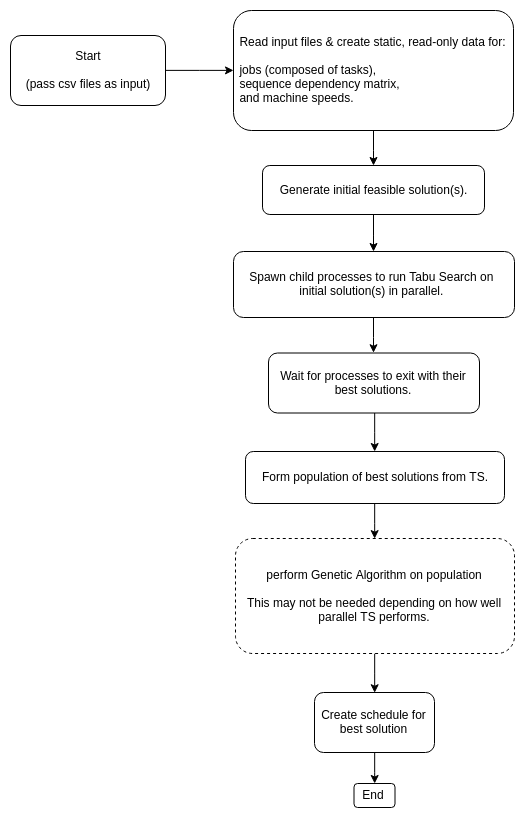
Earlier version of the draw.io export diagrams/Flow_Diagram.png (mcfadd/Job_Shop_Schedule_Problem). Source tidied: cells renumbered, new cells last; positions are measured from the earlier drawing's top-left corner, leaving out a move shared by most shapes. The source it was exported from:
```xml
<mxGraphModel background="#ffffff">
  <root>
    <mxCell id="0" />
    <mxCell id="1" parent="0" />
    <mxCell id="2" style="edgeStyle=orthogonalEdgeStyle;rounded=0;jettySize=auto;html=1;" parent="1" edge="1" source="3" target="5">
      <mxGeometry relative="1" as="geometry" />
    </mxCell>
    <mxCell id="3" value="Start&lt;br&gt;&lt;br&gt;(pass csv files as input)&lt;br&gt;" style="rounded=1;whiteSpace=wrap;html=1;" parent="1" vertex="1">
      <mxGeometry y="25" width="155" height="70" as="geometry" />
    </mxCell>
    <mxCell id="4" style="edgeStyle=orthogonalEdgeStyle;rounded=0;jettySize=auto;html=1;" parent="1" edge="1" source="5" target="7">
      <mxGeometry relative="1" as="geometry" />
    </mxCell>
    <mxCell id="5" value="&lt;div style=&quot;text-align: center&quot;&gt;&lt;span&gt;Read input files &amp;amp;&amp;nbsp;&lt;/span&gt;&lt;span style=&quot;text-align: left&quot;&gt;create static, read-only data for:&lt;/span&gt;&lt;/div&gt;&lt;div style=&quot;text-align: left&quot;&gt;&lt;span&gt;&lt;br&gt;&lt;/span&gt;&lt;/div&gt;&lt;div style=&quot;text-align: left&quot;&gt;&lt;span&gt;jobs (composed of tasks),&lt;/span&gt;&lt;/div&gt;&lt;div style=&quot;text-align: left&quot;&gt;&lt;span&gt;sequence dependency matrix,&lt;/span&gt;&lt;/div&gt;&lt;div style=&quot;text-align: left&quot;&gt;&lt;span&gt;and machine speeds.&amp;nbsp;&lt;/span&gt;&lt;/div&gt;" style="rounded=1;whiteSpace=wrap;html=1;" parent="1" vertex="1">
      <mxGeometry x="223" width="280" height="120" as="geometry" />
    </mxCell>
    <mxCell id="6" style="edgeStyle=orthogonalEdgeStyle;rounded=0;jettySize=auto;html=1;" parent="1" edge="1" source="7" target="9">
      <mxGeometry relative="1" as="geometry" />
    </mxCell>
    <mxCell id="7" value="Generate initial feasible solution(s).&lt;br&gt;" style="rounded=1;whiteSpace=wrap;html=1;" parent="1" vertex="1">
      <mxGeometry x="252" y="155" width="222" height="49" as="geometry" />
    </mxCell>
    <mxCell id="8" style="edgeStyle=orthogonalEdgeStyle;rounded=0;jettySize=auto;html=1;endArrow=classic;endFill=1;entryX=0.5;entryY=0;entryDx=0;entryDy=0;" parent="1" edge="1" source="9" target="15">
      <mxGeometry relative="1" as="geometry" />
    </mxCell>
    <mxCell id="9" value="Spawn child processes to run Tabu Search on&amp;nbsp; initial solution(s) in parallel.&amp;nbsp;&lt;br&gt;" style="rounded=1;whiteSpace=wrap;html=1;" parent="1" vertex="1">
      <mxGeometry x="223" y="241" width="281" height="66" as="geometry" />
    </mxCell>
    <mxCell id="10" style="edgeStyle=orthogonalEdgeStyle;rounded=0;jettySize=auto;html=1;endArrow=classic;endFill=1;entryX=0.5;entryY=0;entryDx=0;entryDy=0;" parent="1" edge="1" source="11" target="13">
      <mxGeometry relative="1" as="geometry" />
    </mxCell>
    <mxCell id="11" value="Form population of best solutions from TS." style="rounded=1;whiteSpace=wrap;html=1;" parent="1" vertex="1">
      <mxGeometry x="235" y="441" width="259" height="52" as="geometry" />
    </mxCell>
    <mxCell id="12" style="edgeStyle=orthogonalEdgeStyle;rounded=0;jettySize=auto;html=1;endArrow=classic;endFill=1;entryX=0.5;entryY=0;entryDx=0;entryDy=0;" parent="1" edge="1" source="13" target="17">
      <mxGeometry relative="1" as="geometry" />
    </mxCell>
    <mxCell id="13" value="perform Genetic Algorithm on population&lt;br&gt;&lt;br&gt;This may not be needed depending on how well parallel TS performs.&lt;br&gt;" style="rounded=1;whiteSpace=wrap;html=1;gradientColor=none;fillColor=#ffffff;dashed=1;" parent="1" vertex="1">
      <mxGeometry x="225" y="528" width="279" height="115" as="geometry" />
    </mxCell>
    <mxCell id="14" style="edgeStyle=orthogonalEdgeStyle;rounded=0;jettySize=auto;html=1;" parent="1" edge="1" source="15" target="11">
      <mxGeometry relative="1" as="geometry" />
    </mxCell>
    <mxCell id="15" value="Wait for processes to exit with their best solutions." style="rounded=1;whiteSpace=wrap;html=1;" parent="1" vertex="1">
      <mxGeometry x="258" y="342.5" width="211" height="60" as="geometry" />
    </mxCell>
    <mxCell id="16" style="edgeStyle=orthogonalEdgeStyle;rounded=0;jettySize=auto;html=1;" parent="1" edge="1" source="17" target="18">
      <mxGeometry relative="1" as="geometry" />
    </mxCell>
    <mxCell id="17" value="&lt;span&gt;Create schedule for best solution&lt;/span&gt;" style="rounded=1;whiteSpace=wrap;html=1;" parent="1" vertex="1">
      <mxGeometry x="304" y="682" width="120" height="60" as="geometry" />
    </mxCell>
    <mxCell id="18" value="&lt;span&gt;End&lt;/span&gt;" style="rounded=1;whiteSpace=wrap;html=1;" parent="1" vertex="1">
      <mxGeometry x="343.5" y="773" width="41" height="24" as="geometry" />
    </mxCell>
  </root>
</mxGraphModel>
```
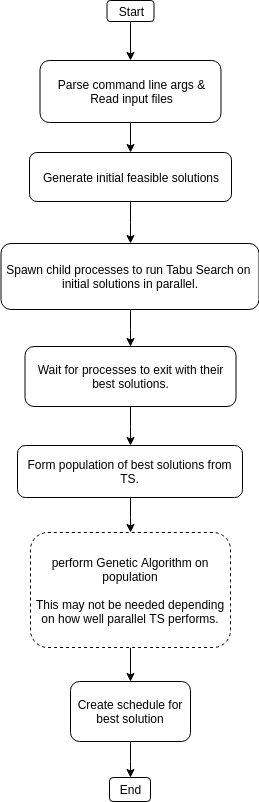
Above is the later version.

Commit message:
updated readme, made help message better, implemented generate_feasible_solution(), and made some other minor changes

The edit, as a diff of the source:
```diff
@@ -5,53 +5,53 @@
     <mxCell id="2" style="edgeStyle=orthogonalEdgeStyle;rounded=0;jettySize=auto;html=1;" parent="1" edge="1" source="3" target="5">
       <mxGeometry relative="1" as="geometry" />
     </mxCell>
-    <mxCell id="3" value="Start&lt;br&gt;&lt;br&gt;(pass csv files as input)&lt;br&gt;" style="rounded=1;whiteSpace=wrap;html=1;" parent="1" vertex="1">
-      <mxGeometry y="25" width="155" height="70" as="geometry" />
+    <mxCell id="3" value="Start" style="rounded=1;whiteSpace=wrap;html=1;" parent="1" vertex="1">
+      <mxGeometry x="340.5" y="145" width="47" height="21" as="geometry" />
     </mxCell>
     <mxCell id="4" style="edgeStyle=orthogonalEdgeStyle;rounded=0;jettySize=auto;html=1;" parent="1" edge="1" source="5" target="7">
       <mxGeometry relative="1" as="geometry" />
     </mxCell>
-    <mxCell id="5" value="&lt;div style=&quot;text-align: center&quot;&gt;&lt;span&gt;Read input files &amp;amp;&amp;nbsp;&lt;/span&gt;&lt;span style=&quot;text-align: left&quot;&gt;create static, read-only data for:&lt;/span&gt;&lt;/div&gt;&lt;div style=&quot;text-align: left&quot;&gt;&lt;span&gt;&lt;br&gt;&lt;/span&gt;&lt;/div&gt;&lt;div style=&quot;text-align: left&quot;&gt;&lt;span&gt;jobs (composed of tasks),&lt;/span&gt;&lt;/div&gt;&lt;div style=&quot;text-align: left&quot;&gt;&lt;span&gt;sequence dependency matrix,&lt;/span&gt;&lt;/div&gt;&lt;div style=&quot;text-align: left&quot;&gt;&lt;span&gt;and machine speeds.&amp;nbsp;&lt;/span&gt;&lt;/div&gt;" style="rounded=1;whiteSpace=wrap;html=1;" parent="1" vertex="1">
-      <mxGeometry x="223" width="280" height="120" as="geometry" />
+    <mxCell id="5" value="&lt;div style=&quot;text-align: center&quot;&gt;&lt;span&gt;Parse command line args &amp;amp;&lt;/span&gt;&lt;/div&gt;&lt;div style=&quot;text-align: center&quot;&gt;&lt;span&gt;Read input files&lt;/span&gt;&lt;/div&gt;" style="rounded=1;whiteSpace=wrap;html=1;" parent="1" vertex="1">
+      <mxGeometry x="273.5" y="205" width="181" height="62" as="geometry" />
     </mxCell>
     <mxCell id="6" style="edgeStyle=orthogonalEdgeStyle;rounded=0;jettySize=auto;html=1;" parent="1" edge="1" source="7" target="9">
       <mxGeometry relative="1" as="geometry" />
     </mxCell>
-    <mxCell id="7" value="Generate initial feasible solution(s).&lt;br&gt;" style="rounded=1;whiteSpace=wrap;html=1;" parent="1" vertex="1">
-      <mxGeometry x="252" y="155" width="222" height="49" as="geometry" />
+    <mxCell id="7" value="Generate initial feasible solutions&lt;br&gt;" style="rounded=1;whiteSpace=wrap;html=1;" parent="1" vertex="1">
+      <mxGeometry x="263" y="297" width="202" height="49" as="geometry" />
     </mxCell>
     <mxCell id="8" style="edgeStyle=orthogonalEdgeStyle;rounded=0;jettySize=auto;html=1;endArrow=classic;endFill=1;entryX=0.5;entryY=0;entryDx=0;entryDy=0;" parent="1" edge="1" source="9" target="15">
       <mxGeometry relative="1" as="geometry" />
     </mxCell>
-    <mxCell id="9" value="Spawn child processes to run Tabu Search on&amp;nbsp; initial solution(s) in parallel.&amp;nbsp;&lt;br&gt;" style="rounded=1;whiteSpace=wrap;html=1;" parent="1" vertex="1">
-      <mxGeometry x="223" y="241" width="281" height="66" as="geometry" />
+    <mxCell id="9" value="Spawn child processes to run Tabu Search on&amp;nbsp; initial solutions in parallel.&lt;br&gt;" style="rounded=1;whiteSpace=wrap;html=1;" parent="1" vertex="1">
+      <mxGeometry x="234.5" y="388" width="258" height="66" as="geometry" />
     </mxCell>
     <mxCell id="10" style="edgeStyle=orthogonalEdgeStyle;rounded=0;jettySize=auto;html=1;endArrow=classic;endFill=1;entryX=0.5;entryY=0;entryDx=0;entryDy=0;" parent="1" edge="1" source="11" target="13">
       <mxGeometry relative="1" as="geometry" />
     </mxCell>
     <mxCell id="11" value="Form population of best solutions from TS." style="rounded=1;whiteSpace=wrap;html=1;" parent="1" vertex="1">
-      <mxGeometry x="235" y="441" width="259" height="52" as="geometry" />
+      <mxGeometry x="251" y="590" width="225" height="52" as="geometry" />
     </mxCell>
     <mxCell id="12" style="edgeStyle=orthogonalEdgeStyle;rounded=0;jettySize=auto;html=1;endArrow=classic;endFill=1;entryX=0.5;entryY=0;entryDx=0;entryDy=0;" parent="1" edge="1" source="13" target="17">
       <mxGeometry relative="1" as="geometry" />
     </mxCell>
     <mxCell id="13" value="perform Genetic Algorithm on population&lt;br&gt;&lt;br&gt;This may not be needed depending on how well parallel TS performs.&lt;br&gt;" style="rounded=1;whiteSpace=wrap;html=1;gradientColor=none;fillColor=#ffffff;dashed=1;" parent="1" vertex="1">
-      <mxGeometry x="225" y="528" width="279" height="115" as="geometry" />
+      <mxGeometry x="264" y="677" width="200" height="115" as="geometry" />
     </mxCell>
     <mxCell id="14" style="edgeStyle=orthogonalEdgeStyle;rounded=0;jettySize=auto;html=1;" parent="1" edge="1" source="15" target="11">
       <mxGeometry relative="1" as="geometry" />
     </mxCell>
     <mxCell id="15" value="Wait for processes to exit with their best solutions." style="rounded=1;whiteSpace=wrap;html=1;" parent="1" vertex="1">
-      <mxGeometry x="258" y="342.5" width="211" height="60" as="geometry" />
+      <mxGeometry x="258.5" y="491" width="211" height="60" as="geometry" />
     </mxCell>
     <mxCell id="16" style="edgeStyle=orthogonalEdgeStyle;rounded=0;jettySize=auto;html=1;" parent="1" edge="1" source="17" target="18">
       <mxGeometry relative="1" as="geometry" />
     </mxCell>
     <mxCell id="17" value="&lt;span&gt;Create schedule for best solution&lt;/span&gt;" style="rounded=1;whiteSpace=wrap;html=1;" parent="1" vertex="1">
-      <mxGeometry x="304" y="682" width="120" height="60" as="geometry" />
+      <mxGeometry x="304" y="826" width="120" height="60" as="geometry" />
     </mxCell>
     <mxCell id="18" value="&lt;span&gt;End&lt;/span&gt;" style="rounded=1;whiteSpace=wrap;html=1;" parent="1" vertex="1">
-      <mxGeometry x="343.5" y="773" width="41" height="24" as="geometry" />
+      <mxGeometry x="343" y="922" width="41" height="24" as="geometry" />
     </mxCell>
   </root>
 </mxGraphModel>
```
